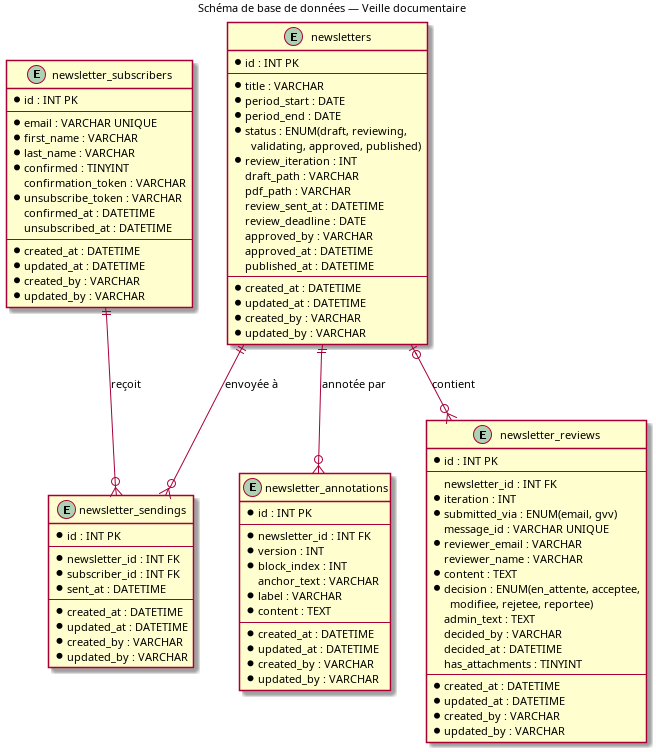
Earlier version of the PlantUML export doc/design_notes/diagrams/veille_schema.png (flub78/gvv). Its source is kept beside it as doc/design_notes/diagrams/veille_schema.puml.
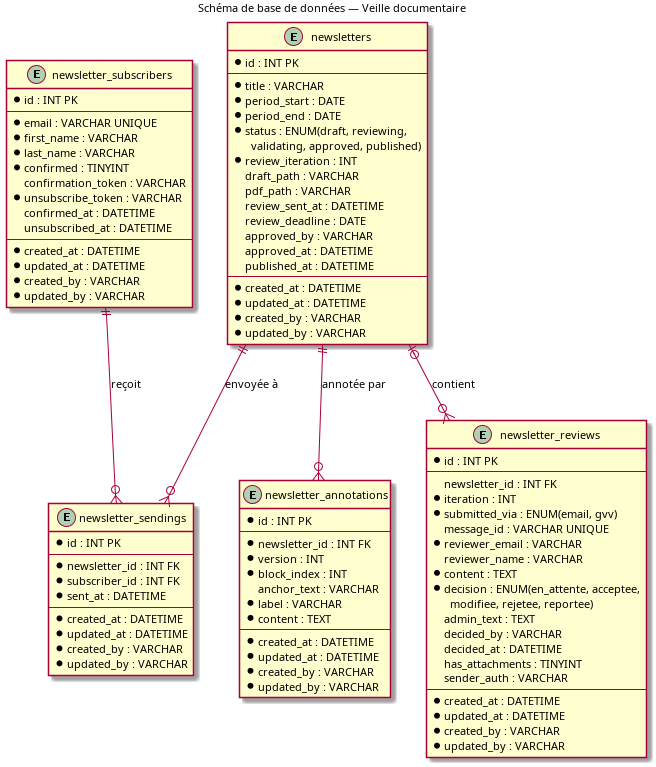
After the commit.

Diff of the diagram source:
```diff
@@ -41,6 +41,7 @@
   decided_by : VARCHAR
   decided_at : DATETIME
   has_attachments : TINYINT
+  sender_auth : VARCHAR
   --
   * created_at : DATETIME
   * updated_at : DATETIME
```
